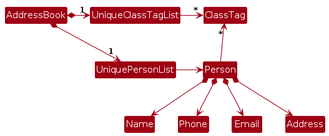
AY2526S1-CS2103T-F10-3/tp keeps this PlantUML diagram as diagrams/BetterModelClassDiagram.png. Above is the earlier version. Its source is kept beside it as diagrams/BetterModelClassDiagram.puml.
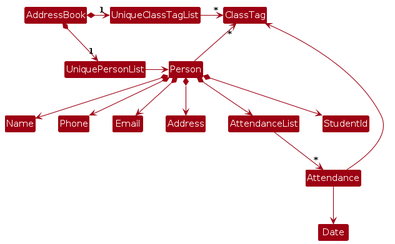
The same diagram one commit later.

The edit, as a diff of the source:
```diff
@@ -7,15 +7,22 @@
 AddressBook *-right-> "1" UniquePersonList
 AddressBook *-right-> "1" UniqueClassTagList
 UniqueClassTagList -[hidden]down- UniquePersonList
-UniqueClassTagList -[hidden]down- UniquePersonList
+
 
 UniqueClassTagList -right-> "*" ClassTag
 UniquePersonList -right-> Person
 
 Person -up-> "*" ClassTag
 
+Person *--> StudentId
 Person *--> Name
 Person *--> Phone
 Person *--> Email
 Person *--> Address
+Person *--> AttendanceList
+
+AttendanceList --> "*" Attendance
+
+Attendance --> Date
+Attendance --> ClassTag
 @enduml
```
